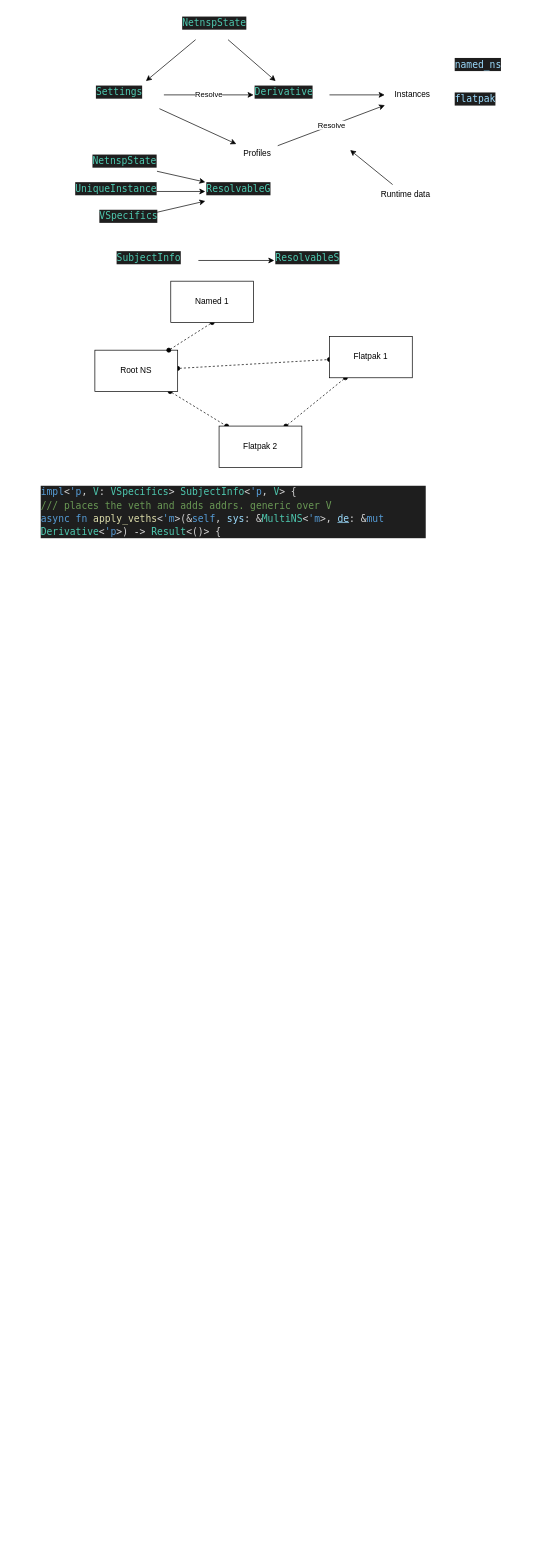
planetoryd/netns-proxy keeps this draw.io diagram as notes/g.drawio. Above is the earlier version. Source tidied: cells renumbered, new cells numbered last; positions are measured from the earlier drawing's top-left corner, leaving out a move shared by most shapes. Both pictures are drawn from the tidied source at 69%, with x=0, y=0 at pixel (39, 12).
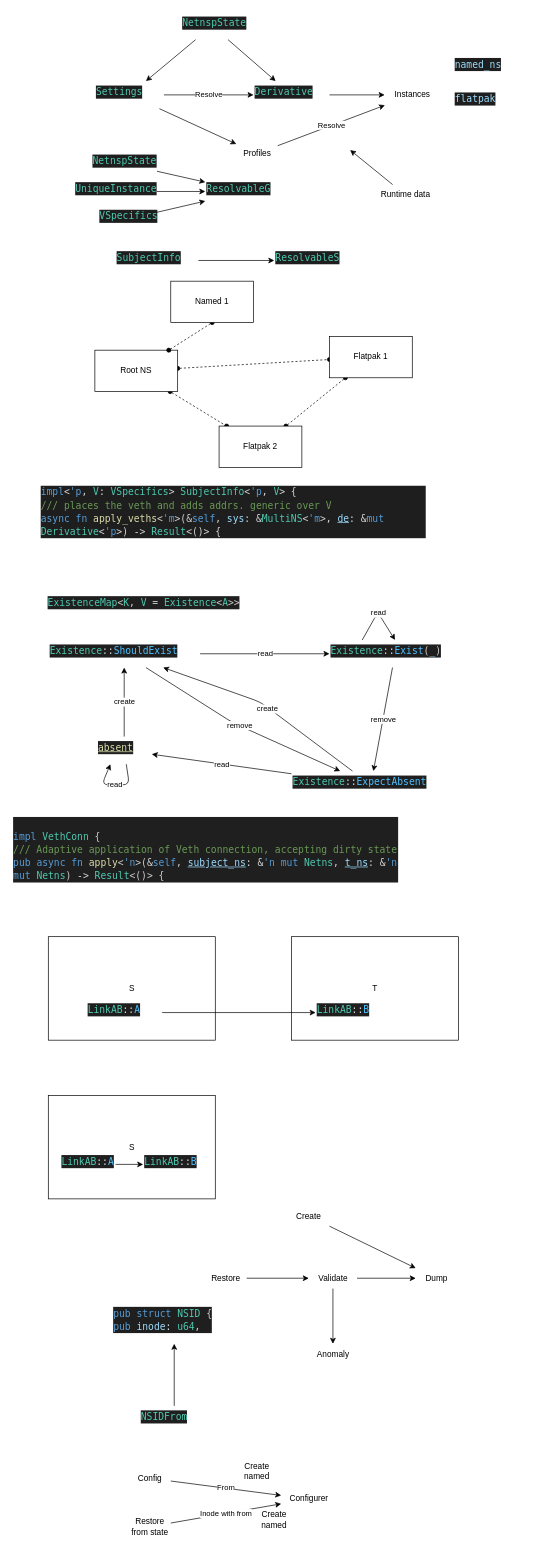
The same page after the edit.

What changed in the source:
```diff
@@
+    <mxCell id="36" value="read" style="edgeStyle=none;html=1;" parent="1" edge="1" source="38" target="41">
+      <mxGeometry relative="1" as="geometry" />
+    </mxCell>
+    <mxCell id="37" value="remove" style="edgeStyle=none;html=1;" parent="1" edge="1" source="38" target="44">
+      <mxGeometry relative="1" as="geometry">
+        <Array as="points">
+          <mxPoint x="280" y="1030" />
+        </Array>
+      </mxGeometry>
+    </mxCell>
+    <mxCell id="38" value="&lt;div style=&quot;color: rgb(204, 204, 204); background-color: rgb(31, 31, 31); font-family: &amp;quot;Droid Sans Mono&amp;quot;, &amp;quot;monospace&amp;quot;, monospace; font-weight: normal; font-size: 14px; line-height: 19px;&quot;&gt;&lt;div&gt;&lt;span style=&quot;color: #4ec9b0;&quot;&gt;Existence&lt;/span&gt;&lt;span style=&quot;color: #d4d4d4;&quot;&gt;::&lt;/span&gt;&lt;span style=&quot;color: #4fc1ff;&quot;&gt;ShouldExist&lt;/span&gt;&lt;/div&gt;&lt;/div&gt;" style="text;whiteSpace=wrap;html=1;" parent="1" vertex="1">
+      <mxGeometry x="12.5" y="910" width="220" height="40" as="geometry" />
+    </mxCell>
+    <mxCell id="39" value="remove" style="edgeStyle=none;html=1;" parent="1" edge="1" source="41" target="44">
+      <mxGeometry relative="1" as="geometry" />
+    </mxCell>
+    <mxCell id="40" value="read" style="edgeStyle=none;html=1;exitX=0.25;exitY=0;exitDx=0;exitDy=0;entryX=0.5;entryY=0;entryDx=0;entryDy=0;" parent="1" edge="1" source="41" target="41">
+      <mxGeometry relative="1" as="geometry">
+        <Array as="points">
+          <mxPoint x="490" y="870" />
+        </Array>
+      </mxGeometry>
+    </mxCell>
+    <mxCell id="41" value="&lt;div style=&quot;color: rgb(204, 204, 204); background-color: rgb(31, 31, 31); font-family: &amp;quot;Droid Sans Mono&amp;quot;, &amp;quot;monospace&amp;quot;, monospace; font-weight: normal; font-size: 14px; line-height: 19px;&quot;&gt;&lt;div&gt;&lt;span style=&quot;color: #4ec9b0;&quot;&gt;Existence&lt;/span&gt;&lt;span style=&quot;color: #d4d4d4;&quot;&gt;::&lt;/span&gt;&lt;span style=&quot;color: #4fc1ff;&quot;&gt;Exist&lt;/span&gt;&lt;span style=&quot;color: #cccccc;&quot;&gt;(&lt;/span&gt;&lt;span style=&quot;color: #9cdcfe;&quot;&gt;_&lt;/span&gt;&lt;span style=&quot;color: #cccccc;&quot;&gt;)&lt;/span&gt;&lt;/div&gt;&lt;/div&gt;" style="text;whiteSpace=wrap;html=1;" parent="1" vertex="1">
+      <mxGeometry x="420" y="910" width="190" height="40" as="geometry" />
+    </mxCell>
+    <mxCell id="42" value="read" style="edgeStyle=none;html=1;" parent="1" edge="1" source="44" target="47">
+      <mxGeometry relative="1" as="geometry" />
+    </mxCell>
+    <mxCell id="43" value="create" style="edgeStyle=none;html=1;" parent="1" edge="1" source="44" target="38">
+      <mxGeometry x="-0.03" y="2" relative="1" as="geometry">
+        <Array as="points">
+          <mxPoint x="320" y="1000" />
+        </Array>
+      </mxGeometry>
+    </mxCell>
+    <mxCell id="44" value="&lt;div style=&quot;color: rgb(204, 204, 204); background-color: rgb(31, 31, 31); font-family: &amp;quot;Droid Sans Mono&amp;quot;, &amp;quot;monospace&amp;quot;, monospace; font-weight: normal; font-size: 14px; line-height: 19px;&quot;&gt;&lt;div&gt;&lt;span style=&quot;color: #4ec9b0;&quot;&gt;Existence&lt;/span&gt;&lt;span style=&quot;color: #d4d4d4;&quot;&gt;::&lt;/span&gt;&lt;span style=&quot;color: #4fc1ff;&quot;&gt;ExpectAbsent&lt;/span&gt;&lt;/div&gt;&lt;/div&gt;" style="text;whiteSpace=wrap;html=1;" parent="1" vertex="1">
+      <mxGeometry x="365" y="1100" width="230" height="40" as="geometry" />
+    </mxCell>
+    <mxCell id="45" value="create" style="edgeStyle=none;html=1;" parent="1" edge="1" source="47" target="38">
+      <mxGeometry relative="1" as="geometry" />
+    </mxCell>
+    <mxCell id="46" value="read" style="edgeStyle=none;html=1;entryX=0.25;entryY=1;entryDx=0;entryDy=0;" parent="1" edge="1" source="47" target="47">
+      <mxGeometry relative="1" as="geometry">
+        <Array as="points">
+          <mxPoint x="130" y="1120" />
+          <mxPoint x="90" y="1120" />
+        </Array>
+      </mxGeometry>
+    </mxCell>
+    <mxCell id="47" value="&lt;div style=&quot;color: rgb(204, 204, 204); background-color: rgb(31, 31, 31); font-family: &amp;quot;Droid Sans Mono&amp;quot;, &amp;quot;monospace&amp;quot;, monospace; font-weight: normal; font-size: 14px; line-height: 19px;&quot;&gt;&lt;div&gt;&lt;span style=&quot;color: #dcdcaa;text-decoration: underline;&quot;&gt;absent&lt;/span&gt;&lt;/div&gt;&lt;/div&gt;" style="text;whiteSpace=wrap;html=1;" parent="1" vertex="1">
+      <mxGeometry x="82.5" y="1050" width="80" height="40" as="geometry" />
+    </mxCell>
+    <mxCell id="48" value="&lt;div style=&quot;color: rgb(204, 204, 204); background-color: rgb(31, 31, 31); font-family: &amp;quot;Droid Sans Mono&amp;quot;, &amp;quot;monospace&amp;quot;, monospace; font-weight: normal; font-size: 14px; line-height: 19px;&quot;&gt;&lt;div&gt;&lt;span style=&quot;color: #4ec9b0;&quot;&gt;ExistenceMap&lt;/span&gt;&lt;span style=&quot;color: #cccccc;&quot;&gt;&amp;lt;&lt;/span&gt;&lt;span style=&quot;color: #4ec9b0;&quot;&gt;K&lt;/span&gt;&lt;span style=&quot;color: #cccccc;&quot;&gt;, &lt;/span&gt;&lt;span style=&quot;color: #4ec9b0;&quot;&gt;V&lt;/span&gt;&lt;span style=&quot;color: #cccccc;&quot;&gt; &lt;/span&gt;&lt;span style=&quot;color: #d4d4d4;&quot;&gt;=&lt;/span&gt;&lt;span style=&quot;color: #cccccc;&quot;&gt; &lt;/span&gt;&lt;span style=&quot;color: #4ec9b0;&quot;&gt;Existence&lt;/span&gt;&lt;span style=&quot;color: #cccccc;&quot;&gt;&amp;lt;&lt;/span&gt;&lt;span style=&quot;color: #4ec9b0;&quot;&gt;A&lt;/span&gt;&lt;span style=&quot;color: #cccccc;&quot;&gt;&amp;gt;&amp;gt;&lt;/span&gt;&lt;/div&gt;&lt;/div&gt;" style="text;whiteSpace=wrap;html=1;" parent="1" vertex="1">
+      <mxGeometry x="10" y="840" width="310" height="40" as="geometry" />
+    </mxCell>
+    <mxCell id="49" value="&lt;div style=&quot;color: rgb(204, 204, 204); background-color: rgb(31, 31, 31); font-family: &amp;quot;Droid Sans Mono&amp;quot;, &amp;quot;monospace&amp;quot;, monospace; font-weight: normal; font-size: 14px; line-height: 19px;&quot;&gt;&lt;br&gt;&lt;div&gt;&lt;span style=&quot;color: #569cd6;&quot;&gt;impl&lt;/span&gt;&lt;span style=&quot;color: #cccccc;&quot;&gt; &lt;/span&gt;&lt;span style=&quot;color: #4ec9b0;&quot;&gt;VethConn&lt;/span&gt;&lt;span style=&quot;color: #cccccc;&quot;&gt; {&lt;/span&gt;&lt;/div&gt;&lt;div&gt;&lt;span style=&quot;color: #6a9955;&quot;&gt;    &lt;/span&gt;&lt;span style=&quot;color: #6a9955;&quot;&gt;/// Adaptive application of Veth connection, accepting dirty state&lt;/span&gt;&lt;/div&gt;&lt;div&gt;&lt;span style=&quot;color: #cccccc;&quot;&gt;    &lt;/span&gt;&lt;span style=&quot;color: #569cd6;&quot;&gt;pub&lt;/span&gt;&lt;span style=&quot;color: #cccccc;&quot;&gt; &lt;/span&gt;&lt;span style=&quot;color: #569cd6;&quot;&gt;async&lt;/span&gt;&lt;span style=&quot;color: #cccccc;&quot;&gt; &lt;/span&gt;&lt;span style=&quot;color: #569cd6;&quot;&gt;fn&lt;/span&gt;&lt;span style=&quot;color: #cccccc;&quot;&gt; &lt;/span&gt;&lt;span style=&quot;color: #dcdcaa;&quot;&gt;apply&lt;/span&gt;&lt;span style=&quot;color: #cccccc;&quot;&gt;&amp;lt;&lt;/span&gt;&lt;span style=&quot;color: #569cd6;&quot;&gt;'&lt;/span&gt;&lt;span style=&quot;color: #569cd6;&quot;&gt;n&lt;/span&gt;&lt;span style=&quot;color: #cccccc;&quot;&gt;&amp;gt;(&lt;/span&gt;&lt;span style=&quot;color: #d4d4d4;&quot;&gt;&amp;amp;&lt;/span&gt;&lt;span style=&quot;color: #569cd6;&quot;&gt;self&lt;/span&gt;&lt;span style=&quot;color: #cccccc;&quot;&gt;, &lt;/span&gt;&lt;span style=&quot;color: #9cdcfe;text-decoration: underline;&quot;&gt;subject_ns&lt;/span&gt;&lt;span style=&quot;color: #d4d4d4;&quot;&gt;:&lt;/span&gt;&lt;span style=&quot;color: #cccccc;&quot;&gt; &lt;/span&gt;&lt;span style=&quot;color: #d4d4d4;&quot;&gt;&amp;amp;&lt;/span&gt;&lt;span style=&quot;color: #569cd6;&quot;&gt;'&lt;/span&gt;&lt;span style=&quot;color: #569cd6;&quot;&gt;n&lt;/span&gt;&lt;span style=&quot;color: #cccccc;&quot;&gt; &lt;/span&gt;&lt;span style=&quot;color: #569cd6;&quot;&gt;mut&lt;/span&gt;&lt;span style=&quot;color: #cccccc;&quot;&gt; &lt;/span&gt;&lt;span style=&quot;color: #4ec9b0;&quot;&gt;Netns&lt;/span&gt;&lt;span style=&quot;color: #cccccc;&quot;&gt;, &lt;/span&gt;&lt;span style=&quot;color: #9cdcfe;text-decoration: underline;&quot;&gt;t_ns&lt;/span&gt;&lt;span style=&quot;color: #d4d4d4;&quot;&gt;:&lt;/span&gt;&lt;span style=&quot;color: #cccccc;&quot;&gt; &lt;/span&gt;&lt;span style=&quot;color: #d4d4d4;&quot;&gt;&amp;amp;&lt;/span&gt;&lt;span style=&quot;color: #569cd6;&quot;&gt;'&lt;/span&gt;&lt;span style=&quot;color: #569cd6;&quot;&gt;n&lt;/span&gt;&lt;span style=&quot;color: #cccccc;&quot;&gt; &lt;/span&gt;&lt;span style=&quot;color: #569cd6;&quot;&gt;mut&lt;/span&gt;&lt;span style=&quot;color: #cccccc;&quot;&gt; &lt;/span&gt;&lt;span style=&quot;color: #4ec9b0;&quot;&gt;Netns&lt;/span&gt;&lt;span style=&quot;color: #cccccc;&quot;&gt;) &lt;/span&gt;&lt;span style=&quot;color: #d4d4d4;&quot;&gt;-&amp;gt;&lt;/span&gt;&lt;span style=&quot;color: #cccccc;&quot;&gt; &lt;/span&gt;&lt;span style=&quot;color: #4ec9b0;&quot;&gt;Result&lt;/span&gt;&lt;span style=&quot;color: #cccccc;&quot;&gt;&amp;lt;()&amp;gt; {&lt;/span&gt;&lt;/div&gt;&lt;/div&gt;" style="text;whiteSpace=wrap;html=1;" parent="1" vertex="1">
+      <mxGeometry x="-40" y="1160" width="560" height="140" as="geometry" />
+    </mxCell>
+    <mxCell id="50" value="S" style="rounded=0;whiteSpace=wrap;html=1;" parent="1" vertex="1">
+      <mxGeometry x="12.5" y="1340" width="242" height="150" as="geometry" />
+    </mxCell>
+    <mxCell id="51" value="T" style="rounded=0;whiteSpace=wrap;html=1;" parent="1" vertex="1">
+      <mxGeometry x="365" y="1340" width="242" height="150" as="geometry" />
+    </mxCell>
+    <mxCell id="52" style="edgeStyle=none;html=1;" parent="1" edge="1" source="53" target="54">
+      <mxGeometry relative="1" as="geometry" />
+    </mxCell>
+    <mxCell id="53" value="&lt;div style=&quot;color: rgb(204, 204, 204); background-color: rgb(31, 31, 31); font-family: &amp;quot;Droid Sans Mono&amp;quot;, &amp;quot;monospace&amp;quot;, monospace; font-weight: normal; font-size: 14px; line-height: 19px;&quot;&gt;&lt;div&gt;&lt;span style=&quot;color: #4ec9b0;&quot;&gt;LinkAB&lt;/span&gt;&lt;span style=&quot;color: #d4d4d4;&quot;&gt;::&lt;/span&gt;&lt;span style=&quot;color: #4fc1ff;&quot;&gt;A&lt;/span&gt;&lt;/div&gt;&lt;/div&gt;" style="text;whiteSpace=wrap;html=1;" parent="1" vertex="1">
+      <mxGeometry x="67.5" y="1430" width="110" height="40" as="geometry" />
+    </mxCell>
+    <mxCell id="54" value="&lt;div style=&quot;color: rgb(204, 204, 204); background-color: rgb(31, 31, 31); font-family: &amp;quot;Droid Sans Mono&amp;quot;, &amp;quot;monospace&amp;quot;, monospace; font-weight: normal; font-size: 14px; line-height: 19px;&quot;&gt;&lt;div&gt;&lt;span style=&quot;color: #4ec9b0;&quot;&gt;LinkAB&lt;/span&gt;&lt;span style=&quot;color: #d4d4d4;&quot;&gt;::&lt;/span&gt;&lt;span style=&quot;color: #4fc1ff;&quot;&gt;B&lt;/span&gt;&lt;/div&gt;&lt;/div&gt;" style="text;whiteSpace=wrap;html=1;" parent="1" vertex="1">
+      <mxGeometry x="400" y="1430" width="110" height="40" as="geometry" />
+    </mxCell>
+    <mxCell id="55" value="S" style="rounded=0;whiteSpace=wrap;html=1;" parent="1" vertex="1">
+      <mxGeometry x="12.5" y="1570" width="242" height="150" as="geometry" />
+    </mxCell>
+    <mxCell id="56" style="edgeStyle=none;html=1;" parent="1" edge="1" source="57" target="58">
+      <mxGeometry relative="1" as="geometry" />
+    </mxCell>
+    <mxCell id="57" value="&lt;div style=&quot;color: rgb(204, 204, 204); background-color: rgb(31, 31, 31); font-family: &amp;quot;Droid Sans Mono&amp;quot;, &amp;quot;monospace&amp;quot;, monospace; font-weight: normal; font-size: 14px; line-height: 19px;&quot;&gt;&lt;div&gt;&lt;span style=&quot;color: #4ec9b0;&quot;&gt;LinkAB&lt;/span&gt;&lt;span style=&quot;color: #d4d4d4;&quot;&gt;::&lt;/span&gt;&lt;span style=&quot;color: #4fc1ff;&quot;&gt;A&lt;/span&gt;&lt;/div&gt;&lt;/div&gt;" style="text;whiteSpace=wrap;html=1;" parent="1" vertex="1">
+      <mxGeometry x="30" y="1650" width="80" height="40" as="geometry" />
+    </mxCell>
+    <mxCell id="58" value="&lt;div style=&quot;color: rgb(204, 204, 204); background-color: rgb(31, 31, 31); font-family: &amp;quot;Droid Sans Mono&amp;quot;, &amp;quot;monospace&amp;quot;, monospace; font-weight: normal; font-size: 14px; line-height: 19px;&quot;&gt;&lt;div&gt;&lt;span style=&quot;color: #4ec9b0;&quot;&gt;LinkAB&lt;/span&gt;&lt;span style=&quot;color: #d4d4d4;&quot;&gt;::&lt;/span&gt;&lt;span style=&quot;color: #4fc1ff;&quot;&gt;B&lt;/span&gt;&lt;/div&gt;&lt;/div&gt;" style="text;whiteSpace=wrap;html=1;" parent="1" vertex="1">
+      <mxGeometry x="150" y="1650" width="110" height="40" as="geometry" />
+    </mxCell>
+    <mxCell id="59" style="edgeStyle=none;html=1;" parent="1" edge="1" source="60" target="67">
+      <mxGeometry relative="1" as="geometry" />
+    </mxCell>
+    <mxCell id="60" value="&lt;div style=&quot;color: rgb(204, 204, 204); background-color: rgb(31, 31, 31); font-family: &amp;quot;Droid Sans Mono&amp;quot;, &amp;quot;monospace&amp;quot;, monospace; font-weight: normal; font-size: 14px; line-height: 19px;&quot;&gt;&lt;div&gt;&lt;span style=&quot;color: #4ec9b0;&quot;&gt;NSIDFrom&lt;/span&gt;&lt;/div&gt;&lt;/div&gt;" style="text;whiteSpace=wrap;html=1;" parent="1" vertex="1">
+      <mxGeometry x="145" y="2020" width="100" height="40" as="geometry" />
+    </mxCell>
+    <mxCell id="61" style="edgeStyle=none;html=1;" parent="1" edge="1" source="62" target="65">
+      <mxGeometry relative="1" as="geometry" />
+    </mxCell>
+    <mxCell id="62" value="Restore" style="text;html=1;strokeColor=none;fillColor=none;align=center;verticalAlign=middle;whiteSpace=wrap;rounded=0;" parent="1" vertex="1">
+      <mxGeometry x="240" y="1820" width="60" height="30" as="geometry" />
+    </mxCell>
+    <mxCell id="63" style="edgeStyle=none;html=1;" parent="1" edge="1" source="65" target="66">
+      <mxGeometry relative="1" as="geometry" />
+    </mxCell>
+    <mxCell id="64" style="edgeStyle=none;html=1;" parent="1" edge="1" source="65" target="68">
+      <mxGeometry relative="1" as="geometry" />
+    </mxCell>
+    <mxCell id="65" value="Validate" style="text;html=1;align=center;verticalAlign=middle;points=[];strokeColor=none;fillColor=none;" parent="1" vertex="1">
+      <mxGeometry x="390" y="1820" width="70" height="30" as="geometry" />
+    </mxCell>
+    <mxCell id="66" value="Dump" style="text;html=1;align=center;verticalAlign=middle;points=[];strokeColor=none;fillColor=none;" parent="1" vertex="1">
+      <mxGeometry x="545" y="1820" width="60" height="30" as="geometry" />
+    </mxCell>
+    <mxCell id="67" value="&lt;div style=&quot;color: rgb(204, 204, 204); background-color: rgb(31, 31, 31); font-family: &amp;quot;Droid Sans Mono&amp;quot;, &amp;quot;monospace&amp;quot;, monospace; font-weight: normal; font-size: 14px; line-height: 19px;&quot;&gt;&lt;div&gt;&lt;span style=&quot;color: #569cd6;&quot;&gt;pub&lt;/span&gt;&lt;span style=&quot;color: #cccccc;&quot;&gt; &lt;/span&gt;&lt;span style=&quot;color: #569cd6;&quot;&gt;struct&lt;/span&gt;&lt;span style=&quot;color: #cccccc;&quot;&gt; &lt;/span&gt;&lt;span style=&quot;color: #4ec9b0;&quot;&gt;NSID&lt;/span&gt;&lt;span style=&quot;color: #cccccc;&quot;&gt; {&lt;/span&gt;&lt;/div&gt;&lt;div&gt;&lt;span style=&quot;color: #cccccc;&quot;&gt;    &lt;/span&gt;&lt;span style=&quot;color: #569cd6;&quot;&gt;pub&lt;/span&gt;&lt;span style=&quot;color: #cccccc;&quot;&gt; &lt;/span&gt;&lt;span style=&quot;color: #9cdcfe;&quot;&gt;inode&lt;/span&gt;&lt;span style=&quot;color: #d4d4d4;&quot;&gt;:&lt;/span&gt;&lt;span style=&quot;color: #cccccc;&quot;&gt; &lt;/span&gt;&lt;span style=&quot;color: #4ec9b0;&quot;&gt;u64&lt;/span&gt;&lt;span style=&quot;color: #cccccc;&quot;&gt;,&lt;/span&gt;&lt;/div&gt;&lt;/div&gt;" style="text;whiteSpace=wrap;html=1;" parent="1" vertex="1">
+      <mxGeometry x="105" y="1870" width="180" height="60" as="geometry" />
+    </mxCell>
+    <mxCell id="68" value="Anomaly" style="text;html=1;align=center;verticalAlign=middle;points=[];strokeColor=none;fillColor=none;" parent="1" vertex="1">
+      <mxGeometry x="390" y="1930" width="70" height="30" as="geometry" />
+    </mxCell>
+    <mxCell id="69" style="edgeStyle=none;html=1;" parent="1" edge="1" source="70" target="66">
+      <mxGeometry relative="1" as="geometry" />
+    </mxCell>
+    <mxCell id="70" value="Create" style="text;html=1;strokeColor=none;fillColor=none;align=center;verticalAlign=middle;whiteSpace=wrap;rounded=0;" parent="1" vertex="1">
+      <mxGeometry x="360" y="1730" width="60" height="30" as="geometry" />
+    </mxCell>
+    <mxCell id="71" value="From" style="edgeStyle=none;html=1;" parent="1" edge="1" source="72" target="75">
+      <mxGeometry relative="1" as="geometry" />
+    </mxCell>
+    <mxCell id="72" value="Config" style="text;html=1;strokeColor=none;fillColor=none;align=center;verticalAlign=middle;whiteSpace=wrap;rounded=0;" parent="1" vertex="1">
+      <mxGeometry x="130" y="2110" width="60" height="30" as="geometry" />
+    </mxCell>
+    <mxCell id="73" value="Inode with from" style="edgeStyle=none;html=1;" parent="1" edge="1" source="74" target="75">
+      <mxGeometry relative="1" as="geometry" />
+    </mxCell>
+    <mxCell id="74" value="Restore from state" style="text;html=1;strokeColor=none;fillColor=none;align=center;verticalAlign=middle;whiteSpace=wrap;rounded=0;" parent="1" vertex="1">
+      <mxGeometry x="130" y="2180" width="60" height="30" as="geometry" />
+    </mxCell>
+    <mxCell id="75" value="Configurer" style="text;html=1;align=center;verticalAlign=middle;points=[];strokeColor=none;fillColor=none;" parent="1" vertex="1">
+      <mxGeometry x="350" y="2140" width="80" height="30" as="geometry" />
+    </mxCell>
+    <mxCell id="76" value="Create named" style="text;html=1;strokeColor=none;fillColor=none;align=center;verticalAlign=middle;whiteSpace=wrap;rounded=0;" parent="1" vertex="1">
+      <mxGeometry x="285" y="2100" width="60" height="30" as="geometry" />
+    </mxCell>
+    <mxCell id="77" value="Create named" style="text;html=1;strokeColor=none;fillColor=none;align=center;verticalAlign=middle;whiteSpace=wrap;rounded=0;" parent="1" vertex="1">
+      <mxGeometry x="310" y="2170" width="60" height="30" as="geometry" />
+    </mxCell>
```
